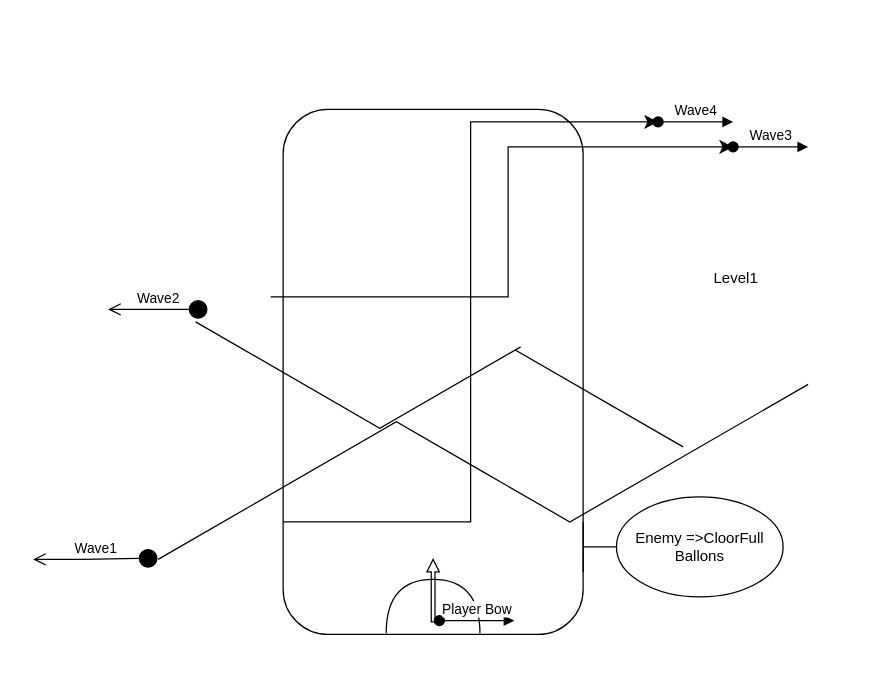
Above: Başlıksız Diyagram.drawio in alkaya46/graphql (draw.io), before the change. Source tidied: cells renumbered, new cells numbered last; positions are measured from the earlier drawing's top-left corner, leaving out a move shared by most shapes. Both pictures are drawn from the tidied source at 125%, with x=0, y=0 at pixel (32, 109).
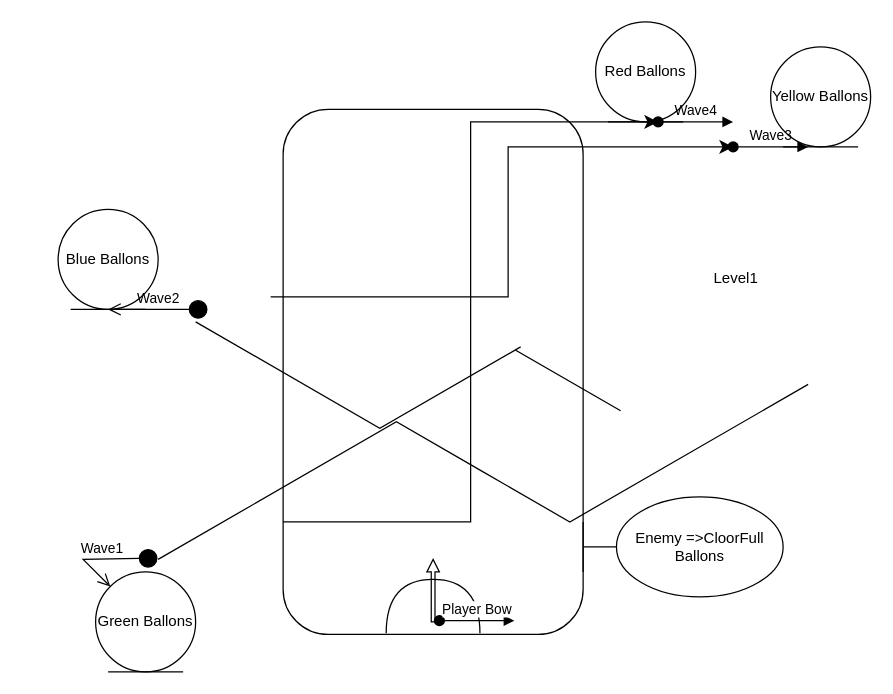
Above is the later version.

Diff of the diagram source:
```diff
@@
     <mxCell id="6" style="edgeStyle=isometricEdgeStyle;endArrow=none;html=1;elbow=vertical;rounded=0;" parent="1" edge="1">
       <mxGeometry relative="1" as="geometry">
         <mxPoint x="130" y="170" as="sourcePoint" />
-        <mxPoint x="520" y="270" as="targetPoint" />
+        <mxPoint x="470" y="241.1" as="targetPoint" />
         <Array as="points">
           <mxPoint x="390" y="190" />
         </Array>
       </mxGeometry>
     </mxCell>
@@
-    <mxCell id="10" value="Wave1" style="html=1;verticalAlign=bottom;startArrow=circle;startFill=1;endArrow=open;startSize=6;endSize=8;rounded=0;" parent="1" edge="1">
+    <mxCell id="10" value="Wave1" style="html=1;verticalAlign=bottom;startArrow=circle;startFill=1;endArrow=open;startSize=6;endSize=8;rounded=0;" parent="1" edge="1" target="16">
       <mxGeometry relative="1" as="geometry">
         <mxPoint x="100" y="359" as="sourcePoint" />
-        <mxPoint y="360" as="targetPoint" />
         <Array as="points">
           <mxPoint x="40" y="360" />
         </Array>
       </mxGeometry>
     </mxCell>
@@
+    <mxCell id="16" value="Green Ballons&lt;br&gt;" style="ellipse;shape=umlEntity;whiteSpace=wrap;html=1;strokeColor=default;fillColor=none;" parent="1" vertex="1">
+      <mxGeometry x="50" y="370" width="80" height="80" as="geometry" />
+    </mxCell>
+    <mxCell id="17" value="Blue Ballons" style="ellipse;shape=umlEntity;whiteSpace=wrap;html=1;strokeColor=default;fillColor=none;" parent="1" vertex="1">
+      <mxGeometry x="20" y="80" width="80" height="80" as="geometry" />
+    </mxCell>
+    <mxCell id="18" value="Yellow Ballons" style="ellipse;shape=umlEntity;whiteSpace=wrap;html=1;strokeColor=default;fillColor=none;" parent="1" vertex="1">
+      <mxGeometry x="590" y="-50" width="80" height="80" as="geometry" />
+    </mxCell>
+    <mxCell id="19" value="Red Ballons" style="ellipse;shape=umlEntity;whiteSpace=wrap;html=1;strokeColor=default;fillColor=none;" parent="1" vertex="1">
+      <mxGeometry x="450" y="-70" width="80" height="80" as="geometry" />
+    </mxCell>
```
